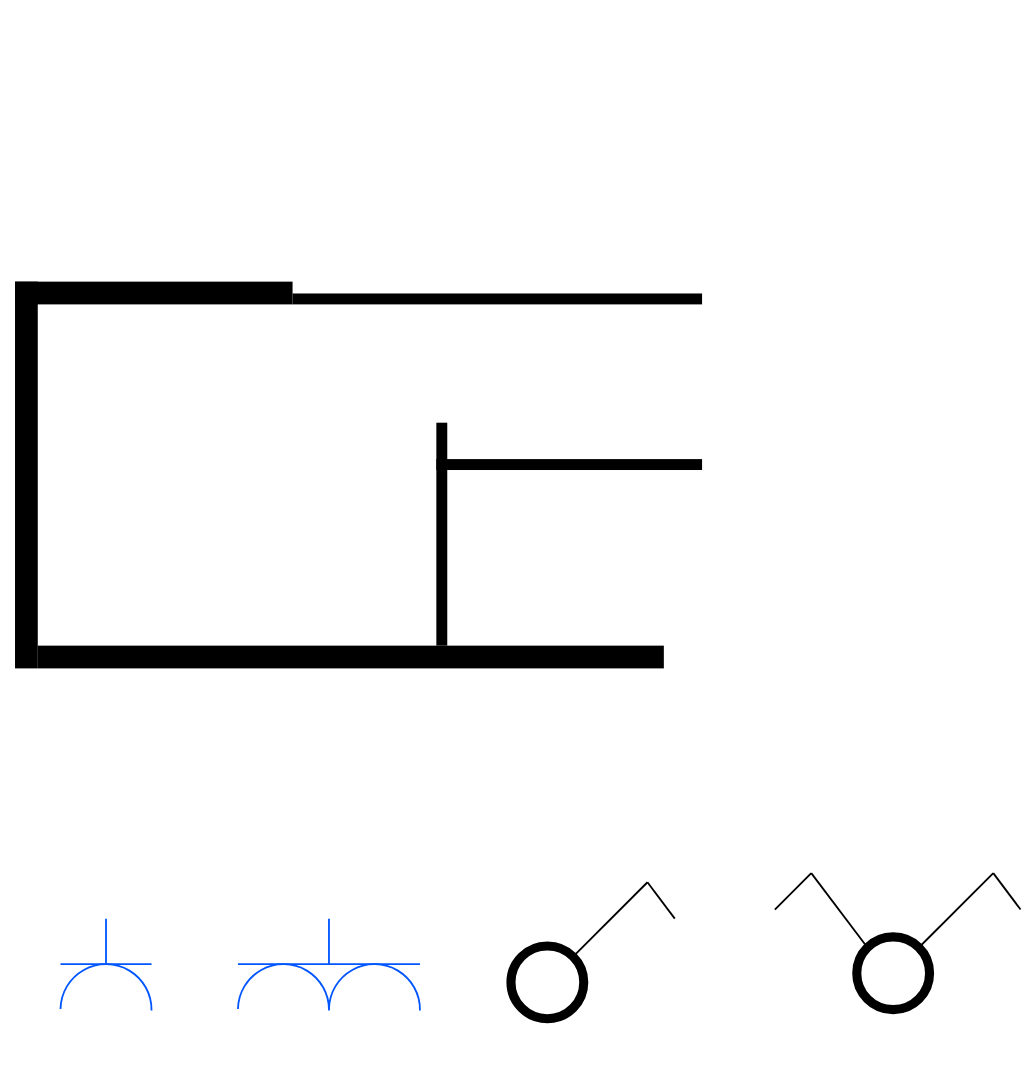
This is Untitled Diagram.drawio from arkadiuszpasek/drawio, a draw.io file, before an edit. Source tidied: cells renumbered, new cells numbered last; positions are measured from the earlier drawing's top-left corner, leaving out a move shared by most shapes. Both pictures are drawn from the tidied source at 91%, with x=0, y=0 at pixel (15, 281).
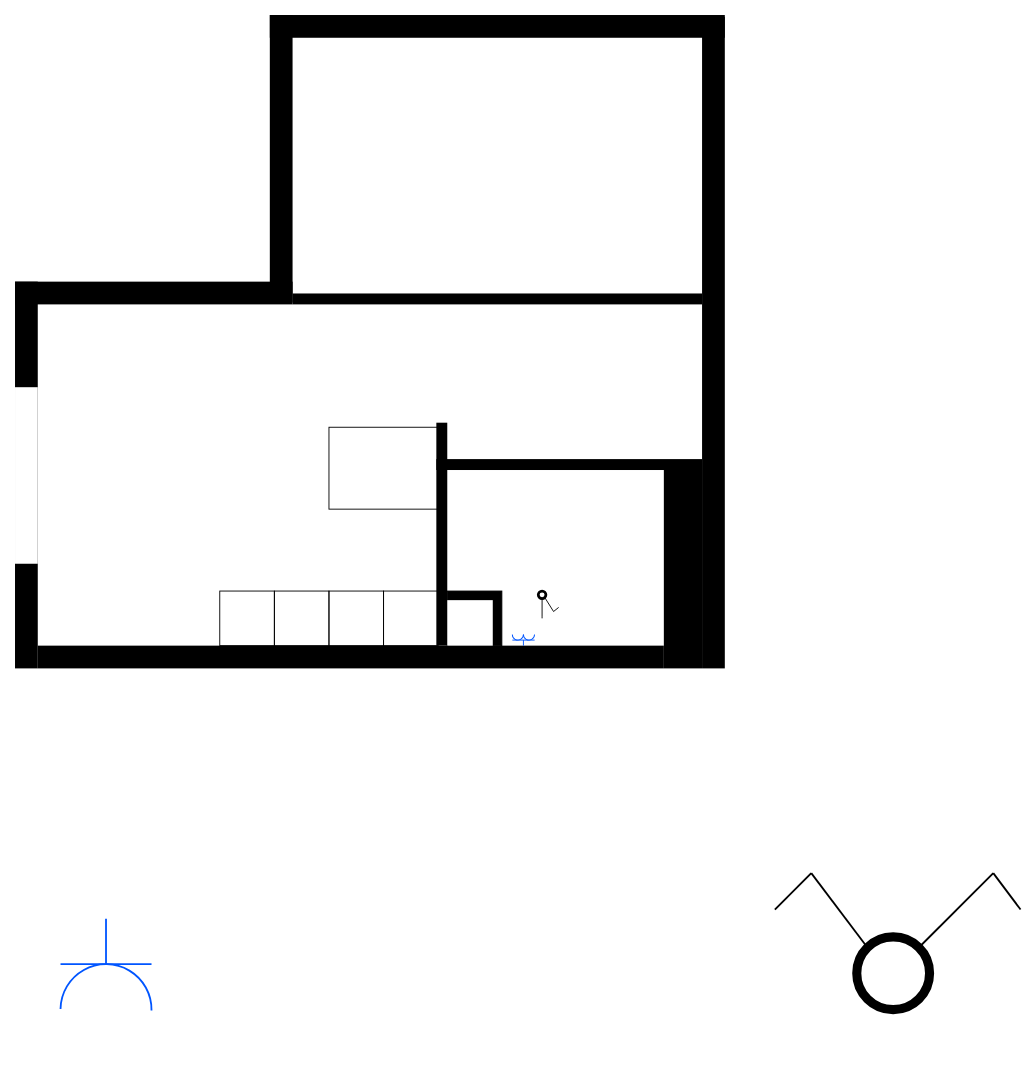
The same diagram, later.

Diff of the diagram source:
```diff
@@
-    <mxCell id="2" style="group;" parent="1" vertex="1">
-      <mxGeometry x="545" y="660" width="180" height="150" as="geometry" />
-    </mxCell>
-    <mxCell id="3" style="ellipse;whiteSpace=wrap;html=1;strokeColor=#000000;strokeWidth=10;fillColor=none;" parent="2" vertex="1">
-      <mxGeometry y="70" width="80" height="80" as="geometry" />
-    </mxCell>
-    <mxCell id="4" style="endArrow=none;html=1;rounded=0;strokeColor=#000000;strokeWidth=2;exitX=1;exitY=0;exitDx=0;exitDy=0;" parent="2" edge="1" source="3">
-      <mxGeometry relative="1" as="geometry">
-        <mxPoint x="150" as="targetPoint" />
-      </mxGeometry>
-    </mxCell>
-    <mxCell id="5" style="endArrow=none;html=1;rounded=0;strokeColor=#000000;strokeWidth=2;" parent="2" edge="1">
-      <mxGeometry relative="1" as="geometry">
-        <mxPoint x="150" as="sourcePoint" />
-        <mxPoint x="180" y="40" as="targetPoint" />
-      </mxGeometry>
-    </mxCell>
@@
-    <mxCell id="18" style="group;" parent="1" vertex="1">
-      <mxGeometry x="225.4" y="700" width="239.3" height="169.6" as="geometry" />
-    </mxCell>
+    <mxCell id="23" style="group;" parent="1" vertex="1">
+      <mxGeometry x="30.4" y="700" width="139.3" height="169.6" as="geometry" />
+    </mxCell>
+    <mxCell id="24" style="verticalLabelPosition=bottom;verticalAlign=top;html=1;shape=mxgraph.basic.arc;startAngle=0.5992652111524084;endAngle=0.1;fillColor=none;rotation=55;strokeWidth=2;strokeColor=#0055FF;" parent="23" vertex="1">
+      <mxGeometry x="19.6" y="50" width="100" height="100" as="geometry" />
+    </mxCell>
+    <mxCell id="25" style="endArrow=none;html=1;rounded=0;strokeColor=#0055FF;strokeWidth=2;" parent="23" edge="1">
+      <mxGeometry relative="1" as="geometry">
+        <mxPoint x="19.6" y="50" as="sourcePoint" />
+        <mxPoint x="119.6" y="50" as="targetPoint" />
+      </mxGeometry>
+    </mxCell>
+    <mxCell id="26" style="endArrow=none;html=1;rounded=0;strokeColor=#0055FF;strokeWidth=2;" parent="23" edge="1">
+      <mxGeometry relative="1" as="geometry">
+        <mxPoint x="69.6" y="50" as="sourcePoint" />
+        <mxPoint x="69.6" as="targetPoint" />
+      </mxGeometry>
+    </mxCell>
+    <mxCell id="27" style="rounded=0;whiteSpace=wrap;html=1;strokeColor=#000000;strokeWidth=1;fillColor=none;" parent="1" vertex="1">
+      <mxGeometry x="405" y="340" width="60" height="60" as="geometry" />
+    </mxCell>
+    <mxCell id="28" style="rounded=0;whiteSpace=wrap;html=1;strokeColor=#000000;strokeWidth=1;fillColor=none;" parent="1" vertex="1">
+      <mxGeometry x="345" y="340" width="60" height="60" as="geometry" />
+    </mxCell>
+    <mxCell id="29" style="rounded=0;whiteSpace=wrap;html=1;strokeColor=#000000;strokeWidth=1;fillColor=none;" parent="1" vertex="1">
+      <mxGeometry x="285" y="340" width="60" height="60" as="geometry" />
+    </mxCell>
+    <mxCell id="30" style="rounded=0;whiteSpace=wrap;html=1;strokeColor=#000000;strokeWidth=1;fillColor=none;" parent="1" vertex="1">
+      <mxGeometry x="225" y="340" width="60" height="60" as="geometry" />
+    </mxCell>
+    <mxCell id="31" style="rounded=0;whiteSpace=wrap;html=1;strokeColor=#000000;strokeWidth=1;fillColor=none;" parent="1" vertex="1">
+      <mxGeometry x="345" y="160" width="120" height="90" as="geometry" />
+    </mxCell>
+    <mxCell id="32" style="rounded=0;whiteSpace=wrap;html=1;strokeColor=#000000;strokeWidth=1;fillColor=#000000;perimeterSpacing=1;" parent="1" vertex="1">
+      <mxGeometry x="475" y="340" width="60" height="60" as="geometry" />
+    </mxCell>
+    <mxCell id="33" style="rounded=0;whiteSpace=wrap;html=1;strokeColor=none;strokeWidth=1;fillColor=#000000;" parent="1" vertex="1">
+      <mxGeometry x="755" y="-291" width="25" height="716" as="geometry" />
+    </mxCell>
+    <mxCell id="34" style="rounded=0;whiteSpace=wrap;html=1;strokeColor=none;strokeWidth=1;fillColor=#000000;" parent="1" vertex="1">
+      <mxGeometry x="713" y="200" width="42" height="225" as="geometry" />
+    </mxCell>
+    <mxCell id="35" style="rounded=0;whiteSpace=wrap;html=1;strokeColor=none;strokeWidth=1;fillColor=default;" parent="1" vertex="1">
+      <mxGeometry x="475" y="350" width="50" height="50" as="geometry" />
+    </mxCell>
+    <mxCell id="36" style="rounded=0;whiteSpace=wrap;html=1;strokeColor=none;strokeWidth=1;fillColor=default;" parent="1" vertex="1">
+      <mxGeometry y="116" width="25" height="194" as="geometry" />
+    </mxCell>
+    <mxCell id="37" style="rounded=0;whiteSpace=wrap;html=1;strokeColor=none;strokeWidth=1;fillColor=#000000;" parent="1" vertex="1">
+      <mxGeometry x="280" y="-293" width="500" height="25" as="geometry" />
+    </mxCell>
+    <mxCell id="38" style="rounded=0;whiteSpace=wrap;html=1;strokeColor=none;strokeWidth=1;fillColor=#000000;" parent="1" vertex="1">
+      <mxGeometry x="280" y="-293" width="25" height="316" as="geometry" />
+    </mxCell>
+    <mxCell id="39" style="group;" parent="1" vertex="1">
+      <mxGeometry x="544.1" y="379.3" width="29.3" height="20.8" as="geometry" />
+    </mxCell>
-    <mxCell id="19" style="verticalLabelPosition=bottom;verticalAlign=top;html=1;shape=mxgraph.basic.arc;startAngle=0.5992652111524084;endAngle=0.1;fillColor=none;rotation=55;strokeWidth=2;strokeColor=#0055FF;" parent="18" vertex="1">
-      <mxGeometry x="19.6" y="50" width="100" height="100" as="geometry" />
+    <mxCell id="19" style="verticalLabelPosition=bottom;verticalAlign=top;html=1;shape=mxgraph.basic.arc;startAngle=0.5992652111524084;endAngle=0.1;fillColor=none;rotation=-125;strokeWidth=1;strokeColor=#0055FF;" parent="39" vertex="1">
+      <mxGeometry x="14.6" y="2.4" width="12.2" height="12.2" as="geometry" />
     </mxCell>
-    <mxCell id="20" style="verticalLabelPosition=bottom;verticalAlign=top;html=1;shape=mxgraph.basic.arc;startAngle=0.5992652111524084;endAngle=0.1;fillColor=none;rotation=55;strokeWidth=2;strokeColor=#0055FF;" parent="18" vertex="1">
-      <mxGeometry x="119.6" y="50" width="100" height="100" as="geometry" />
+    <mxCell id="20" style="verticalLabelPosition=bottom;verticalAlign=top;html=1;shape=mxgraph.basic.arc;startAngle=0.5992652111524084;endAngle=0.1;fillColor=none;rotation=-125;strokeWidth=1;strokeColor=#0055FF;" parent="39" vertex="1">
+      <mxGeometry x="2.4" y="2.4" width="12.2" height="12.2" as="geometry" />
     </mxCell>
-    <mxCell id="21" style="endArrow=none;html=1;rounded=0;strokeWidth=2;strokeColor=#0055FF;" parent="18" edge="1">
+    <mxCell id="21" style="endArrow=none;html=1;rounded=0;strokeWidth=1;strokeColor=#0055FF;" parent="39" edge="1">
       <mxGeometry relative="1" as="geometry">
-        <mxPoint x="19.6" y="50" as="sourcePoint" />
-        <mxPoint x="219.6" y="50" as="targetPoint" />
+        <mxPoint x="26.9" y="14.6" as="sourcePoint" />
+        <mxPoint x="2.4" y="14.6" as="targetPoint" />
       </mxGeometry>
     </mxCell>
-    <mxCell id="22" style="endArrow=none;html=1;rounded=0;strokeWidth=2;strokeColor=#0055FF;" parent="18" edge="1">
+    <mxCell id="22" style="endArrow=none;html=1;rounded=0;strokeWidth=1;strokeColor=#0055FF;" parent="39" edge="1">
       <mxGeometry relative="1" as="geometry">
-        <mxPoint x="119.6" y="50" as="sourcePoint" />
-        <mxPoint x="119.6" as="targetPoint" />
+        <mxPoint x="14.6" y="14.6" as="sourcePoint" />
+        <mxPoint x="14.6" y="20.8" as="targetPoint" />
       </mxGeometry>
     </mxCell>
-    <mxCell id="23" style="group;" parent="1" vertex="1">
-      <mxGeometry x="30.4" y="700" width="139.3" height="169.6" as="geometry" />
-    </mxCell>
-    <mxCell id="24" style="verticalLabelPosition=bottom;verticalAlign=top;html=1;shape=mxgraph.basic.arc;startAngle=0.5992652111524084;endAngle=0.1;fillColor=none;rotation=55;strokeWidth=2;strokeColor=#0055FF;" parent="23" vertex="1">
-      <mxGeometry x="19.6" y="50" width="100" height="100" as="geometry" />
-    </mxCell>
-    <mxCell id="25" style="endArrow=none;html=1;rounded=0;strokeColor=#0055FF;strokeWidth=2;" parent="23" edge="1">
-      <mxGeometry relative="1" as="geometry">
-        <mxPoint x="19.6" y="50" as="sourcePoint" />
-        <mxPoint x="119.6" y="50" as="targetPoint" />
-      </mxGeometry>
-    </mxCell>
-    <mxCell id="26" style="endArrow=none;html=1;rounded=0;strokeColor=#0055FF;strokeWidth=2;" parent="23" edge="1">
-      <mxGeometry relative="1" as="geometry">
-        <mxPoint x="69.6" y="50" as="sourcePoint" />
-        <mxPoint x="69.6" as="targetPoint" />
-      </mxGeometry>
-    </mxCell>
+    <mxCell id="40" style="group;" parent="1" vertex="1">
+      <mxGeometry x="575" y="340" width="22.4" height="30" as="geometry" />
+    </mxCell>
+    <mxCell id="41" style="edgeStyle=orthogonalEdgeStyle;rounded=0;jettySize=auto;html=1;strokeColor=#000000;strokeWidth=1;endArrow=none;endFill=0;" parent="40" edge="1" source="3">
+      <mxGeometry relative="1" as="geometry">
+        <mxPoint x="4.2" y="30" as="targetPoint" />
+      </mxGeometry>
+    </mxCell>
+    <mxCell id="3" style="ellipse;whiteSpace=wrap;html=1;strokeColor=#000000;strokeWidth=3;fillColor=none;rotation=-180;" parent="40" vertex="1">
+      <mxGeometry width="8.4" height="8.4" as="geometry" />
+    </mxCell>
+    <mxCell id="4" style="endArrow=none;html=1;rounded=0;strokeColor=#000000;strokeWidth=1;exitX=0;exitY=0;exitDx=0;exitDy=0;" parent="40" edge="1" source="3">
+      <mxGeometry relative="1" as="geometry">
+        <mxPoint x="16.8" y="22.5" as="targetPoint" />
+      </mxGeometry>
+    </mxCell>
+    <mxCell id="5" style="endArrow=none;html=1;rounded=0;strokeColor=#000000;strokeWidth=1;" parent="40" edge="1">
+      <mxGeometry relative="1" as="geometry">
+        <mxPoint x="16.8" y="22.5" as="sourcePoint" />
+        <mxPoint x="22.4" y="18" as="targetPoint" />
+      </mxGeometry>
+    </mxCell>
```
